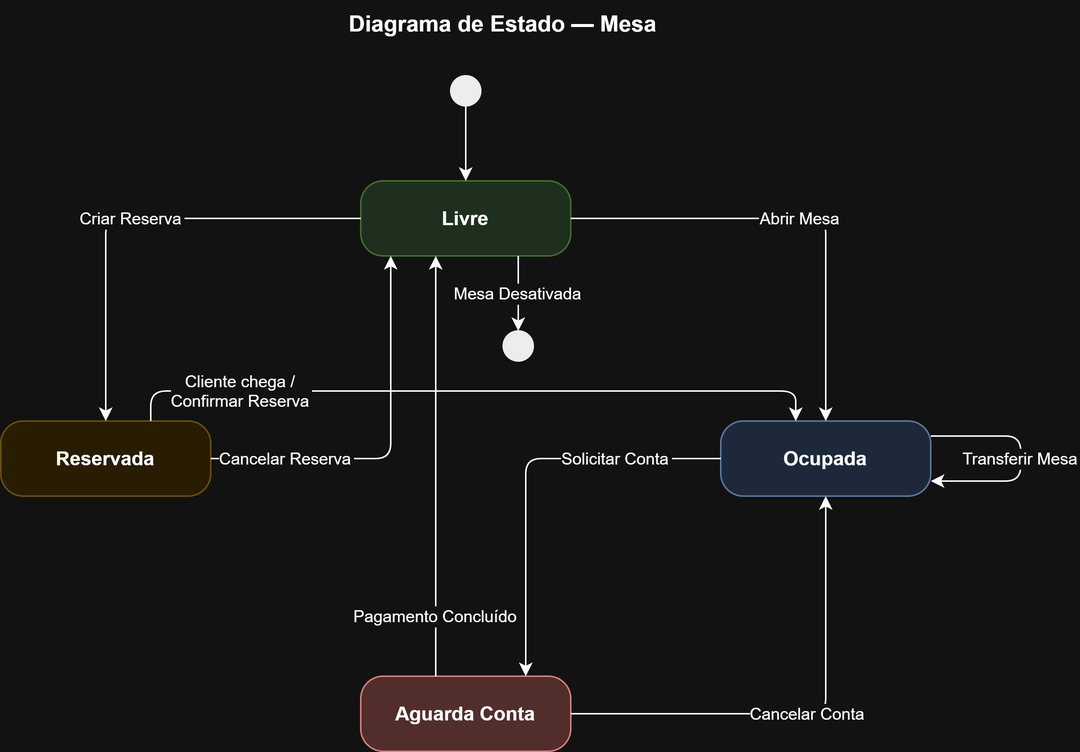
The draw.io diagram Diagramas, Relatorios/Diagramas/estado_mesa.drawio.png in jdaniel2004/LPEI-YOURKITCHEN, before a commit. Source tidied: cells renumbered, new cells last; positions are measured from the earlier drawing's top-left corner, leaving out a move shared by most shapes. The source it was exported from:
```xml
<mxGraphModel>
  <root>
    <mxCell id="0" />
    <mxCell id="1" parent="0" />
    <mxCell id="2" value="Diagrama de Estado — Mesa" style="text;html=1;strokeColor=none;fillColor=none;align=center;verticalAlign=middle;whiteSpace=wrap;fontSize=15;fontStyle=1;" parent="1" vertex="1">
      <mxGeometry x="160" width="350" height="30" as="geometry" />
    </mxCell>
    <mxCell id="3" style="ellipse;fillColor=#000000;strokeColor=#000000;" parent="1" vertex="1">
      <mxGeometry x="300" y="50" width="20" height="20" as="geometry" />
    </mxCell>
    <mxCell id="4" value="&lt;b&gt;Livre&lt;/b&gt;" style="rounded=1;whiteSpace=wrap;html=1;arcSize=30;fillColor=#d5e8d4;strokeColor=#82b366;fontSize=13;" parent="1" vertex="1">
      <mxGeometry x="240" y="120" width="140" height="50" as="geometry" />
    </mxCell>
    <mxCell id="5" value="&lt;b&gt;Reservada&lt;/b&gt;" style="rounded=1;whiteSpace=wrap;html=1;arcSize=30;fillColor=#fff2cc;strokeColor=#d6b656;fontSize=13;" parent="1" vertex="1">
      <mxGeometry y="280" width="140" height="50" as="geometry" />
    </mxCell>
    <mxCell id="6" value="&lt;b&gt;Ocupada&lt;/b&gt;" style="rounded=1;whiteSpace=wrap;html=1;arcSize=30;fillColor=#dae8fc;strokeColor=#6c8ebf;fontSize=13;" parent="1" vertex="1">
      <mxGeometry x="480" y="280" width="140" height="50" as="geometry" />
    </mxCell>
    <mxCell id="7" value="&lt;b&gt;Aguarda Conta&lt;/b&gt;" style="rounded=1;whiteSpace=wrap;html=1;arcSize=30;fillColor=#f8cecc;strokeColor=#b85450;fontSize=13;" parent="1" vertex="1">
      <mxGeometry x="240" y="450" width="140" height="50" as="geometry" />
    </mxCell>
    <mxCell id="8" style="ellipse;fillColor=#000000;strokeColor=#000000;shape=doubleEllipse;" parent="1" vertex="1">
      <mxGeometry x="335" y="220" width="20" height="20" as="geometry" />
    </mxCell>
    <mxCell id="9" parent="1" edge="1" source="3" target="4">
      <mxGeometry relative="1" as="geometry" />
    </mxCell>
    <mxCell id="10" value="Criar Reserva" style="edgeStyle=orthogonalEdgeStyle;" parent="1" edge="1" source="4" target="5">
      <mxGeometry relative="1" as="geometry" />
    </mxCell>
    <mxCell id="11" value="Cancelar Reserva" style="edgeStyle=orthogonalEdgeStyle;" parent="1" edge="1" source="5" target="4">
      <mxGeometry x="-0.61" relative="1" as="geometry">
        <Array as="points">
          <mxPoint x="260" y="305" />
        </Array>
      </mxGeometry>
    </mxCell>
    <mxCell id="12" value="Abrir Mesa" style="edgeStyle=orthogonalEdgeStyle;" parent="1" edge="1" source="4" target="6">
      <mxGeometry relative="1" as="geometry" />
    </mxCell>
    <mxCell id="13" value="Cliente chega /&#10;Confirmar Reserva" style="edgeStyle=orthogonalEdgeStyle;" parent="1" edge="1" source="5" target="6">
      <mxGeometry x="-0.66" relative="1" as="geometry">
        <Array as="points">
          <mxPoint x="100" y="260" />
          <mxPoint x="530" y="260" />
        </Array>
      </mxGeometry>
    </mxCell>
    <mxCell id="14" value="Transferir Mesa" style="edgeStyle=orthogonalEdgeStyle;" parent="1" edge="1" source="6" target="6">
      <mxGeometry relative="1" as="geometry">
        <Array as="points">
          <mxPoint x="680" y="320" />
        </Array>
      </mxGeometry>
    </mxCell>
    <mxCell id="15" value="Solicitar Conta" style="edgeStyle=orthogonalEdgeStyle;" parent="1" edge="1" source="6" target="7">
      <mxGeometry x="-0.49" relative="1" as="geometry">
        <Array as="points">
          <mxPoint x="350" y="305" />
        </Array>
      </mxGeometry>
    </mxCell>
    <mxCell id="16" value="Cancelar Conta" style="edgeStyle=orthogonalEdgeStyle;" parent="1" edge="1" source="7" target="6">
      <mxGeometry relative="1" as="geometry" />
    </mxCell>
    <mxCell id="17" value="Pagamento Concluído" style="edgeStyle=orthogonalEdgeStyle;" parent="1" edge="1" source="7" target="4">
      <mxGeometry x="-0.71" relative="1" as="geometry">
        <Array as="points">
          <mxPoint x="290" y="310" />
          <mxPoint x="290" y="310" />
        </Array>
      </mxGeometry>
    </mxCell>
    <mxCell id="18" value="Mesa Desativada" style="edgeStyle=orthogonalEdgeStyle;exitX=0.75;exitY=1;exitDx=0;exitDy=0;" parent="1" edge="1" source="4" target="8">
      <mxGeometry relative="1" as="geometry" />
    </mxCell>
  </root>
</mxGraphModel>
```
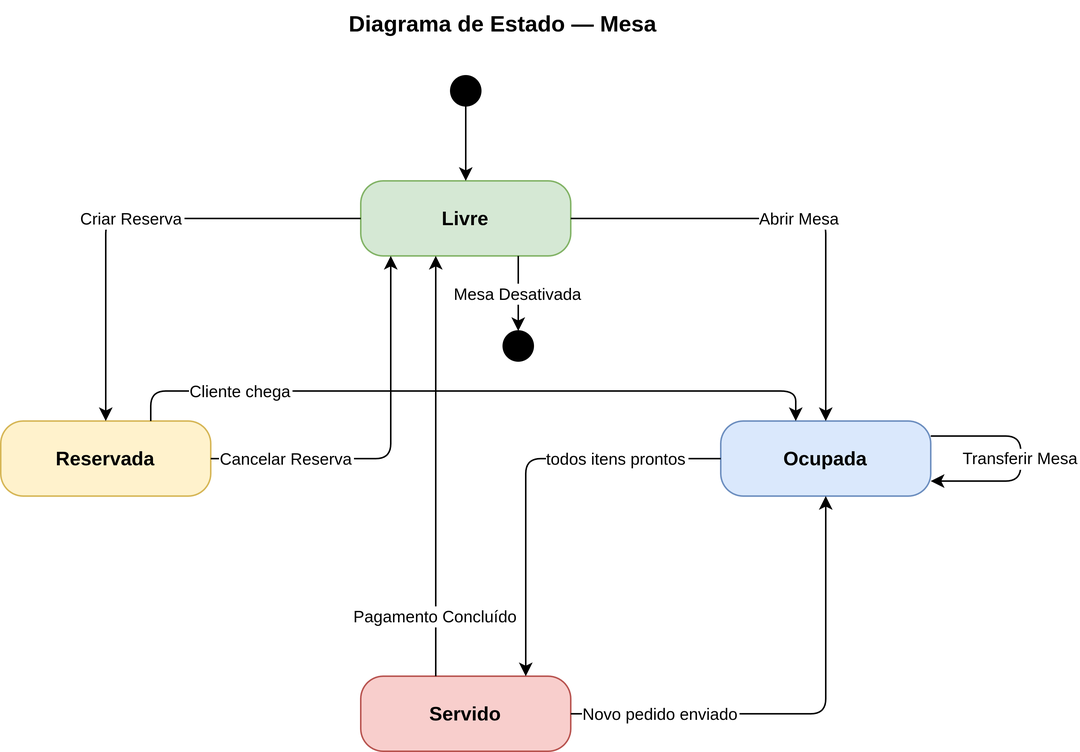
After the commit.

Diff of the diagram source:
```diff
@@ -17,7 +17,7 @@
     <mxCell id="6" value="&lt;b&gt;Ocupada&lt;/b&gt;" style="rounded=1;whiteSpace=wrap;html=1;arcSize=30;fillColor=#dae8fc;strokeColor=#6c8ebf;fontSize=13;" parent="1" vertex="1">
       <mxGeometry x="480" y="280" width="140" height="50" as="geometry" />
     </mxCell>
-    <mxCell id="7" value="&lt;b&gt;Aguarda Conta&lt;/b&gt;" style="rounded=1;whiteSpace=wrap;html=1;arcSize=30;fillColor=#f8cecc;strokeColor=#b85450;fontSize=13;" parent="1" vertex="1">
+    <mxCell id="7" value="&lt;b&gt;Servido&lt;/b&gt;" style="rounded=1;whiteSpace=wrap;html=1;arcSize=30;fillColor=#f8cecc;strokeColor=#b85450;fontSize=13;" parent="1" vertex="1">
       <mxGeometry x="240" y="450" width="140" height="50" as="geometry" />
     </mxCell>
     <mxCell id="8" style="ellipse;fillColor=#000000;strokeColor=#000000;shape=doubleEllipse;" parent="1" vertex="1">
@@ -39,7 +39,7 @@
     <mxCell id="12" value="Abrir Mesa" style="edgeStyle=orthogonalEdgeStyle;" parent="1" edge="1" source="4" target="6">
       <mxGeometry relative="1" as="geometry" />
     </mxCell>
-    <mxCell id="13" value="Cliente chega /&#10;Confirmar Reserva" style="edgeStyle=orthogonalEdgeStyle;" parent="1" edge="1" source="5" target="6">
+    <mxCell id="13" value="Cliente chega" style="edgeStyle=orthogonalEdgeStyle;" parent="1" edge="1" source="5" target="6">
       <mxGeometry x="-0.66" relative="1" as="geometry">
         <Array as="points">
           <mxPoint x="100" y="260" />
@@ -54,15 +54,15 @@
         </Array>
       </mxGeometry>
     </mxCell>
-    <mxCell id="15" value="Solicitar Conta" style="edgeStyle=orthogonalEdgeStyle;" parent="1" edge="1" source="6" target="7">
+    <mxCell id="15" value="todos itens prontos" style="edgeStyle=orthogonalEdgeStyle;" parent="1" edge="1" source="6" target="7">
       <mxGeometry x="-0.49" relative="1" as="geometry">
         <Array as="points">
           <mxPoint x="350" y="305" />
         </Array>
       </mxGeometry>
     </mxCell>
-    <mxCell id="16" value="Cancelar Conta" style="edgeStyle=orthogonalEdgeStyle;" parent="1" edge="1" source="7" target="6">
-      <mxGeometry relative="1" as="geometry" />
+    <mxCell id="16" value="Novo pedido enviado" style="edgeStyle=orthogonalEdgeStyle;" parent="1" edge="1" source="7" target="6">
+      <mxGeometry x="-0.62" relative="1" as="geometry" />
     </mxCell>
     <mxCell id="17" value="Pagamento Concluído" style="edgeStyle=orthogonalEdgeStyle;" parent="1" edge="1" source="7" target="4">
       <mxGeometry x="-0.71" relative="1" as="geometry">
```
